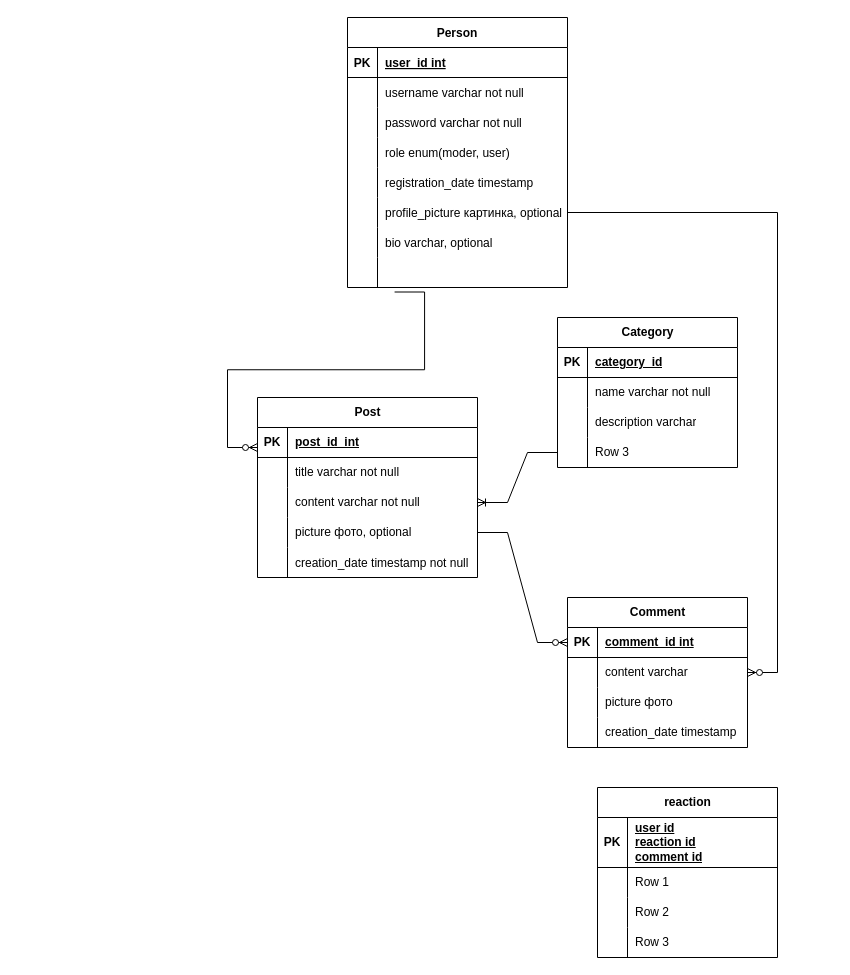
This is bd_diargram.drawio from PaterSSS/JavaForum, a draw.io file, before an edit. Source tidied: cells renumbered, new cells numbered last; positions are measured from the earlier drawing's top-left corner, leaving out a move shared by most shapes. Both pictures are drawn from the tidied source at 100%, with x=0, y=0 at pixel (257, 17).
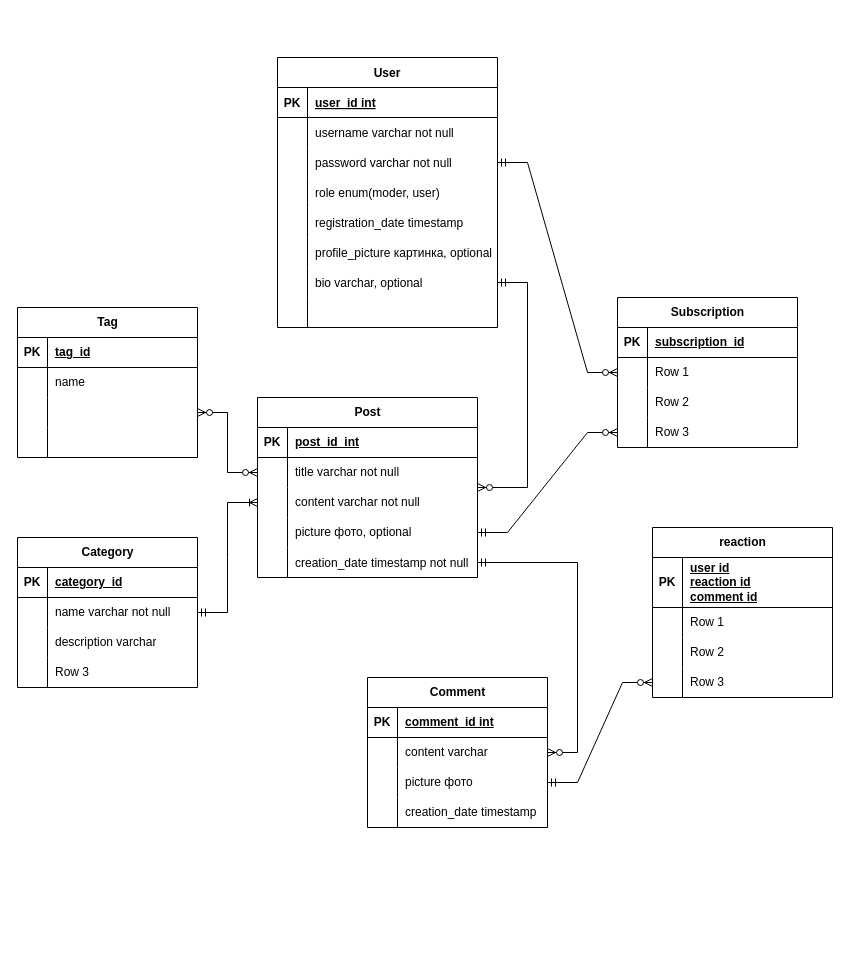
The same page after the edit.

The change refers to these unchanged cells:
```xml
<mxCell id="12" style="shape=tableRow;horizontal=0;startSize=0;swimlaneHead=0;swimlaneBody=0;fillColor=none;points=[[0,0.5],[1,0.5]];portConstraint=eastwest;top=0;left=0;right=0;bottom=0;" parent="2" vertex="1">
  <mxGeometry y="120" width="180" height="30" as="geometry" />
</mxCell>
<mxCell id="22" style="shape=tableRow;horizontal=0;startSize=0;swimlaneHead=0;swimlaneBody=0;fillColor=none;points=[[0,0.5],[1,0.5]];portConstraint=eastwest;top=0;left=0;right=0;bottom=0;" parent="15" vertex="1">
  <mxGeometry y="90" width="220" height="30" as="geometry" />
</mxCell>
<mxCell id="31" style="shape=tableRow;horizontal=0;startSize=0;swimlaneHead=0;swimlaneBody=0;fillColor=none;points=[[0,0.5],[1,0.5]];portConstraint=eastwest;top=0;left=0;right=0;bottom=0;" parent="15" vertex="1">
  <mxGeometry y="180" width="220" height="30" as="geometry" />
</mxCell>
<mxCell id="34" style="shape=tableRow;horizontal=0;startSize=0;swimlaneHead=0;swimlaneBody=0;fillColor=none;points=[[0,0.5],[1,0.5]];portConstraint=eastwest;top=0;left=0;right=0;bottom=0;" parent="15" vertex="1">
  <mxGeometry y="210" width="220" height="30" as="geometry" />
</mxCell>
<mxCell id="37" style="shape=partialRectangle;fillColor=none;points=[[0,0.5],[1,0.5]];portConstraint=eastwest;top=0;left=0;right=0;bottom=0;align=left;" parent="15" vertex="1">
  <mxGeometry y="240" width="220" height="30" as="geometry" />
</mxCell>
<mxCell id="40" value="Post" style="shape=table;startSize=30;childLayout=tableLayout;rowLines=0;fontStyle=1;align=center;html=1;" parent="1" vertex="1">
  <mxGeometry y="380" width="220" height="180" as="geometry" />
</mxCell>
<mxCell id="44" style="shape=tableRow;horizontal=0;startSize=0;swimlaneHead=0;swimlaneBody=0;fillColor=none;points=[[0,0.5],[1,0.5]];portConstraint=eastwest;top=0;left=0;right=0;bottom=0;" parent="40" vertex="1">
  <mxGeometry y="60" width="220" height="30" as="geometry" />
</mxCell>
<mxCell id="47" style="shape=tableRow;horizontal=0;startSize=0;swimlaneHead=0;swimlaneBody=0;fillColor=none;points=[[0,0.5],[1,0.5]];portConstraint=eastwest;top=0;left=0;right=0;bottom=0;" parent="40" vertex="1">
  <mxGeometry y="90" width="220" height="30" as="geometry" />
</mxCell>
<mxCell id="50" style="shape=tableRow;horizontal=0;startSize=0;swimlaneHead=0;swimlaneBody=0;fillColor=none;points=[[0,0.5],[1,0.5]];portConstraint=eastwest;top=0;left=0;right=0;bottom=0;" parent="40" vertex="1">
  <mxGeometry y="120" width="220" height="30" as="geometry" />
</mxCell>
<mxCell id="53" style="shape=tableRow;horizontal=0;startSize=0;swimlaneHead=0;swimlaneBody=0;fillColor=none;points=[[0,0.5],[1,0.5]];portConstraint=eastwest;top=0;left=0;right=0;bottom=0;" parent="40" vertex="1">
  <mxGeometry y="150" width="220" height="30" as="geometry" />
</mxCell>
<mxCell id="57" style="shape=tableRow;horizontal=0;startSize=0;swimlaneHead=0;swimlaneBody=0;fillColor=none;points=[[0,0.5],[1,0.5]];portConstraint=eastwest;top=0;left=0;right=0;bottom=1;" parent="56" vertex="1">
  <mxGeometry y="30" width="180" height="30" as="geometry" />
</mxCell>
<mxCell id="63" style="shape=tableRow;horizontal=0;startSize=0;swimlaneHead=0;swimlaneBody=0;fillColor=none;points=[[0,0.5],[1,0.5]];portConstraint=eastwest;top=0;left=0;right=0;bottom=0;" parent="56" vertex="1">
  <mxGeometry y="90" width="180" height="30" as="geometry" />
</mxCell>
<mxCell id="83" style="shape=tableRow;horizontal=0;startSize=0;swimlaneHead=0;swimlaneBody=0;fillColor=none;points=[[0,0.5],[1,0.5]];portConstraint=eastwest;top=0;left=0;right=0;bottom=0;" parent="73" vertex="1">
  <mxGeometry y="140" width="180" height="30" as="geometry" />
</mxCell>
```

Change to the diagram source:
```diff
@@
     <mxCell id="2" value="Category" style="shape=table;startSize=30;childLayout=tableLayout;rowLines=0;fontStyle=1;align=center;html=1;" parent="1" vertex="1">
-      <mxGeometry x="300" y="300" width="180" height="150" as="geometry" />
+      <mxGeometry x="-240" y="520" width="180" height="150" as="geometry" />
     </mxCell>
@@
-    <mxCell id="15" value="Person" style="shape=table;startSize=30;childLayout=tableLayout;rowLines=0;fontStyle=1;align=center;" parent="1" vertex="1">
-      <mxGeometry x="90" width="220" height="270" as="geometry" />
+    <mxCell id="15" value="User" style="shape=table;startSize=30;childLayout=tableLayout;rowLines=0;fontStyle=1;align=center;" parent="1" vertex="1">
+      <mxGeometry x="20" y="40" width="220" height="270" as="geometry" />
     </mxCell>
@@
     <mxCell id="56" value="Comment" style="shape=table;startSize=30;childLayout=tableLayout;rowLines=0;fontStyle=1;align=center;html=1;" parent="1" vertex="1">
-      <mxGeometry x="310" y="580" width="180" height="150" as="geometry" />
+      <mxGeometry x="110" y="660" width="180" height="150" as="geometry" />
     </mxCell>
@@
-    <mxCell id="69" style="edgeStyle=entityRelationEdgeStyle;fontSize=12;html=1;endArrow=ERoneToMany;rounded=0;entryX=1;entryY=0.5;entryDx=0;entryDy=0;" parent="1" edge="1" source="12" target="47">
-      <mxGeometry relative="1" as="geometry">
-        <Array as="points">
-          <mxPoint x="725" y="321.8" />
-          <mxPoint x="570" y="340" />
-          <mxPoint x="610" y="360" />
-          <mxPoint x="520" y="430" />
-          <mxPoint x="510" y="430" />
-          <mxPoint x="460" y="490" />
-          <mxPoint x="530" y="370" />
-          <mxPoint x="590" y="355" />
-          <mxPoint x="540" y="285" />
-          <mxPoint x="630" y="295" />
-          <mxPoint x="590" y="285" />
-          <mxPoint x="675" y="261.8" />
-          <mxPoint x="765" y="304.8" />
-        </Array>
-      </mxGeometry>
-    </mxCell>
-    <mxCell id="70" style="edgeStyle=entityRelationEdgeStyle;fontSize=12;html=1;endArrow=ERzeroToMany;endFill=1;rounded=0;exitX=1;exitY=0.5;exitDx=0;exitDy=0;entryX=0;entryY=0.5;entryDx=0;entryDy=0;" parent="1" edge="1" source="50" target="57">
-      <mxGeometry relative="1" as="geometry" />
-    </mxCell>
-    <mxCell id="71" style="edgeStyle=entityRelationEdgeStyle;fontSize=12;html=1;endArrow=ERzeroToMany;endFill=1;rounded=0;entryX=0;entryY=0.5;entryDx=0;entryDy=0;exitX=0.214;exitY=1.15;exitDx=0;exitDy=0;exitPerimeter=0;" parent="1" edge="1" source="37">
-      <mxGeometry relative="1" as="geometry">
-        <mxPoint y="430" as="targetPoint" />
-        <Array as="points">
-          <mxPoint x="50" y="260" />
-          <mxPoint x="70" y="210" />
-          <mxPoint x="130" y="270" />
-        </Array>
-      </mxGeometry>
-    </mxCell>
-    <mxCell id="72" style="edgeStyle=entityRelationEdgeStyle;fontSize=12;html=1;endArrow=ERzeroToMany;endFill=1;rounded=0;exitX=1;exitY=0.5;exitDx=0;exitDy=0;" parent="1" edge="1" source="31" target="56">
-      <mxGeometry relative="1" as="geometry" />
-    </mxCell>
     <mxCell id="73" value="reaction" style="shape=table;startSize=30;childLayout=tableLayout;rowLines=0;fontStyle=1;align=center;html=1;" parent="1" vertex="1">
-      <mxGeometry x="340" y="770" width="180" height="170" as="geometry" />
+      <mxGeometry x="395" y="510" width="180" height="170" as="geometry" />
     </mxCell>
@@
+    <mxCell id="86" style="edgeStyle=entityRelationEdgeStyle;fontSize=12;html=1;endArrow=ERzeroToMany;startArrow=ERmandOne;rounded=0;exitX=1;exitY=0.5;exitDx=0;exitDy=0;entryX=0;entryY=0.5;entryDx=0;entryDy=0;" parent="1" edge="1" source="63" target="83">
+      <mxGeometry relative="1" as="geometry" />
+    </mxCell>
+    <mxCell id="87" style="edgeStyle=entityRelationEdgeStyle;fontSize=12;html=1;endArrow=ERzeroToMany;startArrow=ERmandOne;rounded=0;" parent="1" edge="1" source="34" target="40">
+      <mxGeometry relative="1" as="geometry">
+        <Array as="points">
+          <mxPoint x="-90" y="285" />
+          <mxPoint x="-60" y="275" />
+          <mxPoint x="-40" y="295" />
+          <mxPoint x="-110" y="285" />
+          <mxPoint x="-50" y="295" />
+        </Array>
+      </mxGeometry>
+    </mxCell>
+    <mxCell id="88" value="Tag" style="shape=table;startSize=30;childLayout=tableLayout;rowLines=0;fontStyle=1;align=center;html=1;" parent="1" vertex="1">
+      <mxGeometry x="-240" y="290" width="180" height="150" as="geometry" />
+    </mxCell>
+    <mxCell id="89" style="shape=tableRow;horizontal=0;startSize=0;swimlaneHead=0;swimlaneBody=0;fillColor=none;top=0;left=0;right=0;bottom=1;" parent="88" vertex="1">
+      <mxGeometry y="30" width="180" height="30" as="geometry" />
+    </mxCell>
+    <mxCell id="90" value="PK" style="shape=partialRectangle;fillColor=none;top=0;left=0;bottom=0;right=0;fontStyle=1;overflow=hidden;whiteSpace=wrap;html=1;" parent="89" vertex="1">
+      <mxGeometry width="30" height="30" as="geometry" />
+    </mxCell>
+    <mxCell id="91" value="tag_id" style="shape=partialRectangle;fillColor=none;top=0;left=0;bottom=0;right=0;align=left;spacingLeft=6;fontStyle=5;overflow=hidden;whiteSpace=wrap;html=1;" parent="89" vertex="1">
+      <mxGeometry x="30" width="150" height="30" as="geometry" />
+    </mxCell>
+    <mxCell id="92" style="shape=tableRow;horizontal=0;startSize=0;swimlaneHead=0;swimlaneBody=0;fillColor=none;top=0;left=0;right=0;bottom=0;" parent="88" vertex="1">
+      <mxGeometry y="60" width="180" height="30" as="geometry" />
+    </mxCell>
+    <mxCell id="93" style="shape=partialRectangle;fillColor=none;top=0;left=0;bottom=0;right=0;overflow=hidden;whiteSpace=wrap;html=1;" parent="92" vertex="1">
+      <mxGeometry width="30" height="30" as="geometry" />
+    </mxCell>
+    <mxCell id="94" value="name" style="shape=partialRectangle;fillColor=none;top=0;left=0;bottom=0;right=0;align=left;spacingLeft=6;overflow=hidden;whiteSpace=wrap;html=1;" parent="92" vertex="1">
+      <mxGeometry x="30" width="150" height="30" as="geometry" />
+    </mxCell>
+    <mxCell id="95" style="shape=tableRow;horizontal=0;startSize=0;swimlaneHead=0;swimlaneBody=0;fillColor=none;points=[[0,0.5],[1,0.5]];portConstraint=eastwest;top=0;left=0;right=0;bottom=0;" parent="88" vertex="1">
+      <mxGeometry y="90" width="180" height="30" as="geometry" />
+    </mxCell>
+    <mxCell id="96" style="shape=partialRectangle;fillColor=none;top=0;left=0;bottom=0;right=0;overflow=hidden;whiteSpace=wrap;html=1;" parent="95" vertex="1">
+      <mxGeometry width="30" height="30" as="geometry" />
+    </mxCell>
+    <mxCell id="97" style="shape=partialRectangle;fillColor=none;top=0;left=0;bottom=0;right=0;align=left;spacingLeft=6;overflow=hidden;whiteSpace=wrap;html=1;" parent="95" vertex="1">
+      <mxGeometry x="30" width="150" height="30" as="geometry" />
+    </mxCell>
+    <mxCell id="98" style="shape=tableRow;horizontal=0;startSize=0;swimlaneHead=0;swimlaneBody=0;fillColor=none;top=0;left=0;right=0;bottom=0;" parent="88" vertex="1">
+      <mxGeometry y="120" width="180" height="30" as="geometry" />
+    </mxCell>
+    <mxCell id="99" style="shape=partialRectangle;fillColor=none;top=0;left=0;bottom=0;right=0;overflow=hidden;whiteSpace=wrap;html=1;" parent="98" vertex="1">
+      <mxGeometry width="30" height="30" as="geometry" />
+    </mxCell>
+    <mxCell id="100" style="shape=partialRectangle;fillColor=none;top=0;left=0;bottom=0;right=0;align=left;spacingLeft=6;overflow=hidden;whiteSpace=wrap;html=1;" parent="98" vertex="1">
+      <mxGeometry x="30" width="150" height="30" as="geometry" />
+    </mxCell>
+    <mxCell id="101" style="edgeStyle=entityRelationEdgeStyle;fontSize=12;html=1;endArrow=ERzeroToMany;endFill=1;startArrow=ERzeroToMany;rounded=0;" parent="1" edge="1" source="44" target="95">
+      <mxGeometry relative="1" as="geometry" />
+    </mxCell>
+    <mxCell id="102" value="Subscription" style="shape=table;startSize=30;childLayout=tableLayout;rowLines=0;fontStyle=1;align=center;html=1;" parent="1" vertex="1">
+      <mxGeometry x="360" y="280" width="180" height="150" as="geometry" />
+    </mxCell>
+    <mxCell id="103" style="shape=tableRow;horizontal=0;startSize=0;swimlaneHead=0;swimlaneBody=0;fillColor=none;top=0;left=0;right=0;bottom=1;" parent="102" vertex="1">
+      <mxGeometry y="30" width="180" height="30" as="geometry" />
+    </mxCell>
+    <mxCell id="104" value="PK" style="shape=partialRectangle;fillColor=none;top=0;left=0;bottom=0;right=0;fontStyle=1;overflow=hidden;whiteSpace=wrap;html=1;" parent="103" vertex="1">
+      <mxGeometry width="30" height="30" as="geometry" />
+    </mxCell>
+    <mxCell id="105" value="subscription_id" style="shape=partialRectangle;fillColor=none;top=0;left=0;bottom=0;right=0;align=left;spacingLeft=6;fontStyle=5;overflow=hidden;whiteSpace=wrap;html=1;" parent="103" vertex="1">
+      <mxGeometry x="30" width="150" height="30" as="geometry" />
+    </mxCell>
+    <mxCell id="106" style="shape=tableRow;horizontal=0;startSize=0;swimlaneHead=0;swimlaneBody=0;fillColor=none;top=0;left=0;right=0;bottom=0;" parent="102" vertex="1">
+      <mxGeometry y="60" width="180" height="30" as="geometry" />
+    </mxCell>
+    <mxCell id="107" style="shape=partialRectangle;fillColor=none;top=0;left=0;bottom=0;right=0;overflow=hidden;whiteSpace=wrap;html=1;" parent="106" vertex="1">
+      <mxGeometry width="30" height="30" as="geometry" />
+    </mxCell>
+    <mxCell id="108" value="Row 1" style="shape=partialRectangle;fillColor=none;top=0;left=0;bottom=0;right=0;align=left;spacingLeft=6;overflow=hidden;whiteSpace=wrap;html=1;" parent="106" vertex="1">
+      <mxGeometry x="30" width="150" height="30" as="geometry" />
+    </mxCell>
+    <mxCell id="109" style="shape=tableRow;horizontal=0;startSize=0;swimlaneHead=0;swimlaneBody=0;fillColor=none;top=0;left=0;right=0;bottom=0;" parent="102" vertex="1">
+      <mxGeometry y="90" width="180" height="30" as="geometry" />
+    </mxCell>
+    <mxCell id="110" style="shape=partialRectangle;fillColor=none;top=0;left=0;bottom=0;right=0;overflow=hidden;whiteSpace=wrap;html=1;" parent="109" vertex="1">
+      <mxGeometry width="30" height="30" as="geometry" />
+    </mxCell>
+    <mxCell id="111" value="Row 2" style="shape=partialRectangle;fillColor=none;top=0;left=0;bottom=0;right=0;align=left;spacingLeft=6;overflow=hidden;whiteSpace=wrap;html=1;" parent="109" vertex="1">
+      <mxGeometry x="30" width="150" height="30" as="geometry" />
+    </mxCell>
+    <mxCell id="112" style="shape=tableRow;horizontal=0;startSize=0;swimlaneHead=0;swimlaneBody=0;fillColor=none;points=[[0,0.5],[1,0.5]];portConstraint=eastwest;top=0;left=0;right=0;bottom=0;" parent="102" vertex="1">
+      <mxGeometry y="120" width="180" height="30" as="geometry" />
+    </mxCell>
+    <mxCell id="113" style="shape=partialRectangle;fillColor=none;top=0;left=0;bottom=0;right=0;overflow=hidden;whiteSpace=wrap;html=1;" parent="112" vertex="1">
+      <mxGeometry width="30" height="30" as="geometry" />
+    </mxCell>
+    <mxCell id="114" value="Row 3" style="shape=partialRectangle;fillColor=none;top=0;left=0;bottom=0;right=0;align=left;spacingLeft=6;overflow=hidden;whiteSpace=wrap;html=1;" parent="112" vertex="1">
+      <mxGeometry x="30" width="150" height="30" as="geometry" />
+    </mxCell>
+    <mxCell id="115" style="edgeStyle=entityRelationEdgeStyle;fontSize=12;html=1;endArrow=ERzeroToMany;startArrow=ERmandOne;rounded=0;exitX=1;exitY=0.5;exitDx=0;exitDy=0;" parent="1" edge="1" source="22" target="102">
+      <mxGeometry relative="1" as="geometry" />
+    </mxCell>
+    <mxCell id="116" style="edgeStyle=entityRelationEdgeStyle;fontSize=12;html=1;endArrow=ERzeroToMany;startArrow=ERmandOne;rounded=0;entryX=0;entryY=0.5;entryDx=0;entryDy=0;exitX=1;exitY=0.5;exitDx=0;exitDy=0;" parent="1" edge="1" source="50" target="112">
+      <mxGeometry relative="1" as="geometry" />
+    </mxCell>
+    <mxCell id="117" style="edgeStyle=entityRelationEdgeStyle;fontSize=12;html=1;endArrow=ERoneToMany;startArrow=ERmandOne;rounded=0;" parent="1" edge="1" source="2" target="47">
+      <mxGeometry relative="1" as="geometry" />
+    </mxCell>
+    <mxCell id="118" style="edgeStyle=entityRelationEdgeStyle;fontSize=12;html=1;endArrow=ERzeroToMany;startArrow=ERmandOne;rounded=0;" parent="1" edge="1" source="53" target="56">
+      <mxGeometry relative="1" as="geometry" />
+    </mxCell>
```
